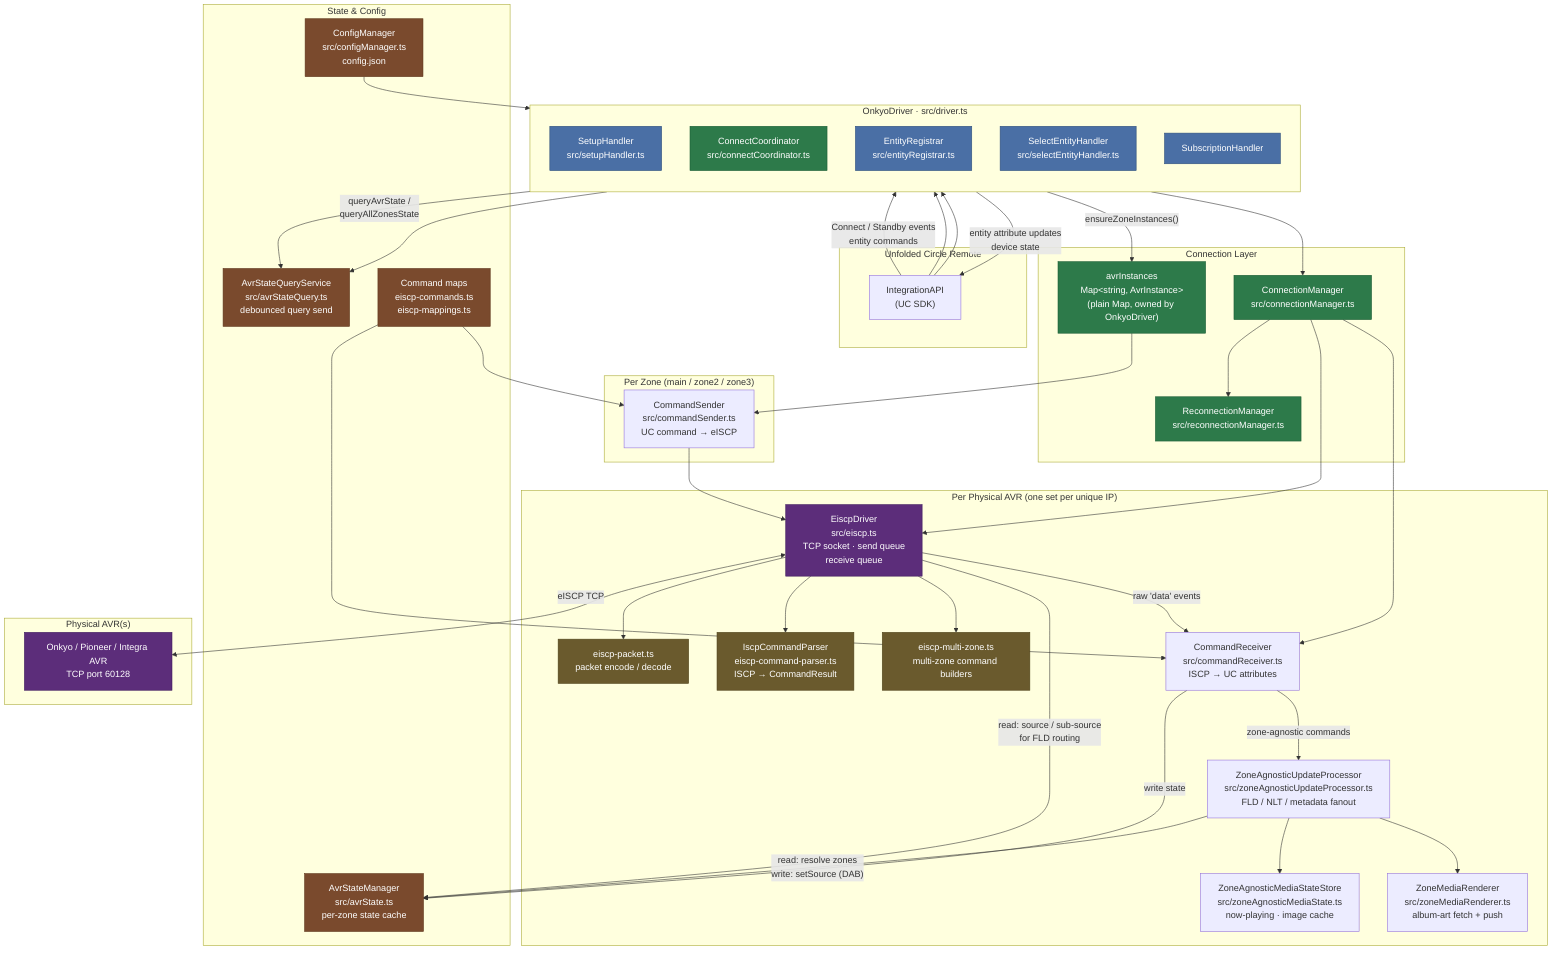
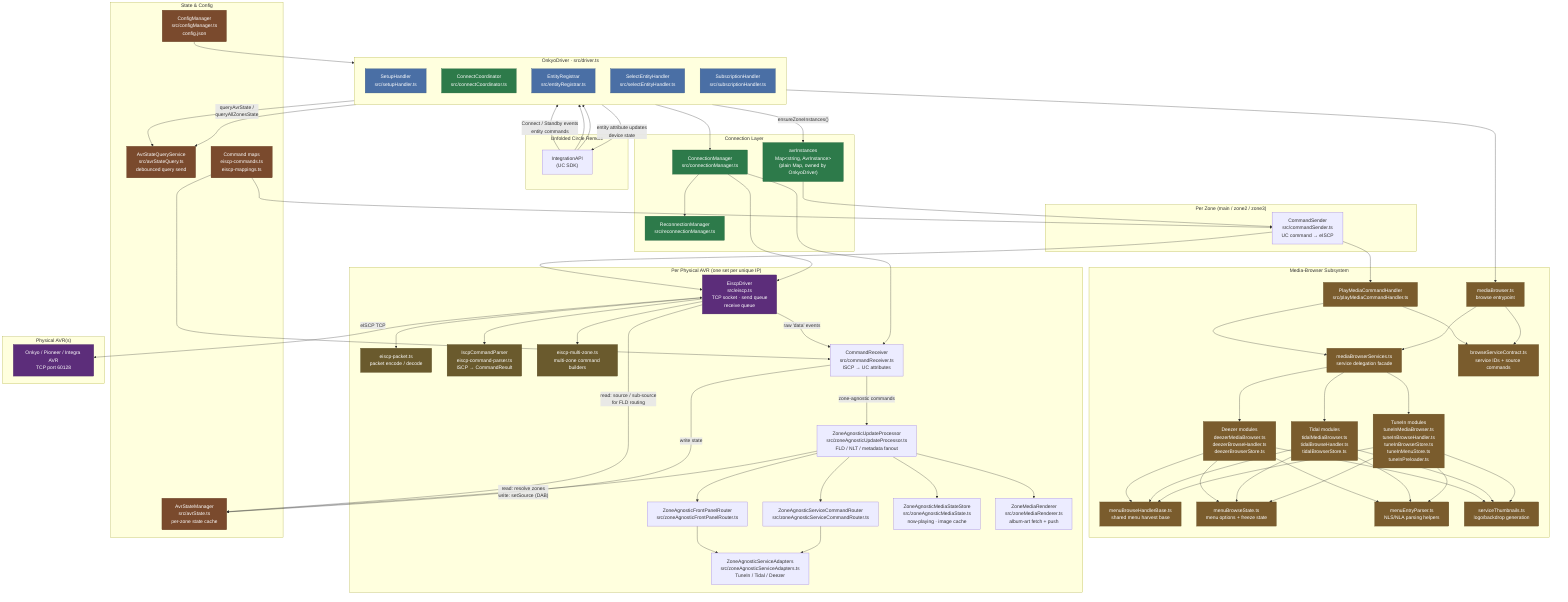
graph TB
    subgraph UC["Unfolded Circle Remote"]
        UCAPI["IntegrationAPI\n(UC SDK)"]
    end

    subgraph Driver["OnkyoDriver  ·  src/driver.ts"]
        direction TB
        SetupH["SetupHandler\nsrc/setupHandler.ts"]
        CC["ConnectCoordinator\nsrc/connectCoordinator.ts"]
        ER["EntityRegistrar\nsrc/entityRegistrar.ts"]
        SEH["SelectEntityHandler\nsrc/selectEntityHandler.ts"]
-         SubH["SubscriptionHandler"]
+         SubH["SubscriptionHandler\nsrc/subscriptionHandler.ts"]
+     end
+ 
+     subgraph MediaBrowse["Media-Browser Subsystem"]
+         MB["mediaBrowser.ts\nbrowse entrypoint"]
+         MBSVC["mediaBrowserServices.ts\nservice delegation facade"]
+         BSC["browseServiceContract.ts\nservice IDs + source commands"]
+         PMCH["PlayMediaCommandHandler\nsrc/playMediaCommandHandler.ts"]
+         MBASE["menuBrowseHandlerBase.ts\nshared menu harvest base"]
+         MBSTATE["menuBrowseState.ts\nmenu options + freeze state"]
+         MEP["menuEntryParser.ts\nNLS/NLA parsing helpers"]
+         THUMB["serviceThumbnails.ts\nlogo/backdrop generation"]
+         TIN["TuneIn modules\ntuneInMediaBrowser.ts\ntuneInBrowseHandler.ts\ntuneInBrowserStore.ts\ntuneInMenuStore.ts\ntuneInPreloader.ts"]
+         TID["Tidal modules\ntidalMediaBrowser.ts\ntidalBrowseHandler.ts\ntidalBrowserStore.ts"]
+         DEE["Deezer modules\ndeezerMediaBrowser.ts\ndeezerBrowseHandler.ts\ndeezerBrowserStore.ts"]
    end

    subgraph ConnLayer["Connection Layer"]
        CM["ConnectionManager\nsrc/connectionManager.ts"]
        RM["ReconnectionManager\nsrc/reconnectionManager.ts"]
        INSTANCES["avrInstances\nMap&lt;string, AvrInstance&gt;\n(plain Map, owned by OnkyoDriver)"]
    end

    subgraph PerAVR["Per Physical AVR  (one set per unique IP)"]
        EISCP["EiscpDriver\nsrc/eiscp.ts\nTCP socket · send queue\nreceive queue"]
        PKT["eiscp-packet.ts\npacket encode / decode"]
        PARSER["IscpCommandParser\neiscp-command-parser.ts\nISCP → CommandResult"]
        MZONE["eiscp-multi-zone.ts\nmulti-zone command builders"]
        CR["CommandReceiver\nsrc/commandReceiver.ts\nISCP → UC attributes"]
        ZAUP["ZoneAgnosticUpdateProcessor\nsrc/zoneAgnosticUpdateProcessor.ts\nFLD / NLT / metadata fanout"]
+         ZAFPR["ZoneAgnosticFrontPanelRouter\nsrc/zoneAgnosticFrontPanelRouter.ts"]
+         ZASCR["ZoneAgnosticServiceCommandRouter\nsrc/zoneAgnosticServiceCommandRouter.ts"]
+         ZASAD["ZoneAgnosticServiceAdapters\nsrc/zoneAgnosticServiceAdapters.ts\nTuneIn / Tidal / Deezer"]
        ZAMSS["ZoneAgnosticMediaStateStore\nsrc/zoneAgnosticMediaState.ts\nnow-playing · image cache"]
        ZMR["ZoneMediaRenderer\nsrc/zoneMediaRenderer.ts\nalbum-art fetch + push"]
    end

    subgraph PerZone["Per Zone  (main / zone2 / zone3)"]
        CS["CommandSender\nsrc/commandSender.ts\nUC command → eISCP"]
    end

    subgraph State["State & Config"]
        ASM["AvrStateManager\nsrc/avrState.ts\nper-zone state cache"]
        ASQ["AvrStateQueryService\nsrc/avrStateQuery.ts\ndebounced query send"]
        CFG["ConfigManager\nsrc/configManager.ts\nconfig.json"]
        MAPS["Command maps\neiscp-commands.ts\neiscp-mappings.ts"]
    end

    subgraph AVR["Physical AVR(s)"]
        AVRBox["Onkyo / Pioneer / Integra AVR\nTCP port 60128"]
    end

    %% UC ↔ Driver
    UCAPI -- "Connect / Standby events\nentity commands" --> Driver
    Driver -- "entity attribute updates\ndevice state" --> UCAPI

    %% Driver internals
    UCAPI --> SetupH
    UCAPI --> CC
    CC --> CM
    CC -- "ensureZoneInstances()" --> INSTANCES
    Driver -- "queryAvrState /\nqueryAllZonesState" --> ASQ
+     Driver --> MB

    %% Connection layer
    CM --> EISCP
    CM --> CR
    CM --> RM
    INSTANCES --> CS
+ 
+     %% Browse subsystem wiring
+     MB --> MBSVC
+     MB --> BSC
+     CS --> PMCH
+     PMCH --> BSC
+     PMCH --> MBSVC
+     MBSVC --> TIN
+     MBSVC --> TID
+     MBSVC --> DEE
+     TIN --> MBASE
+     TID --> MBASE
+     DEE --> MBASE
+     TIN --> MBSTATE
+     TID --> MBSTATE
+     DEE --> MBSTATE
+     TIN --> MEP
+     TID --> MEP
+     DEE --> MEP
+     TIN --> THUMB
+     TID --> THUMB
+     DEE --> THUMB

    %% EiscpDriver sub-modules
    EISCP --> PKT
    EISCP --> PARSER
    EISCP --> MZONE

    %% Per-AVR: receive path
    EISCP -- "raw 'data' events" --> CR
    CR -- "zone-agnostic commands" --> ZAUP
    CR -- "write state" --> ASM
    ZAUP -- "read: resolve zones\nwrite: setSource (DAB)" --> ASM
+     ZAUP --> ZAFPR
+     ZAUP --> ZASCR
+     ZASCR --> ZASAD
    ZAUP --> ZAMSS
    ZAUP --> ZMR
+     ZAFPR --> ZASAD

    %% EiscpDriver reads state for FM/NET routing
    EISCP -- "read: source / sub-source\nfor FLD routing" --> ASM

    %% Per-zone: send path
    CS --> EISCP

    %% SubscriptionHandler queries AVR on subscribe
    SubH --> ASQ

    %% State & Config
    CFG --> Driver
    MAPS --> CR
    MAPS --> CS

    %% AVR TCP
    EISCP <-- "eISCP TCP" --> AVRBox

    %% Style
    classDef entry fill:#4a6fa5,color:#fff,stroke:#2d4e7a
    classDef conn fill:#2d7a4a,color:#fff,stroke:#1a5c34
    classDef data fill:#7a4a2d,color:#fff,stroke:#5c3419
    classDef avr fill:#5c2d7a,color:#fff,stroke:#3e1a5c
+     classDef browse fill:#7a5c2d,color:#fff,stroke:#5c451a
    class CC,CM,RM,INSTANCES conn
    class ASM,ASQ,CFG,MAPS data
    class EISCP,AVRBox avr
    class PKT,PARSER,MZONE util
    class SetupH,ER,SEH,SubH entry
+     class MB,MBSVC,BSC,PMCH,MBASE,MBSTATE,MEP,THUMB,TIN,TID,DEE browse
    classDef util fill:#6a5a2d,color:#fff,stroke:#4e4219
